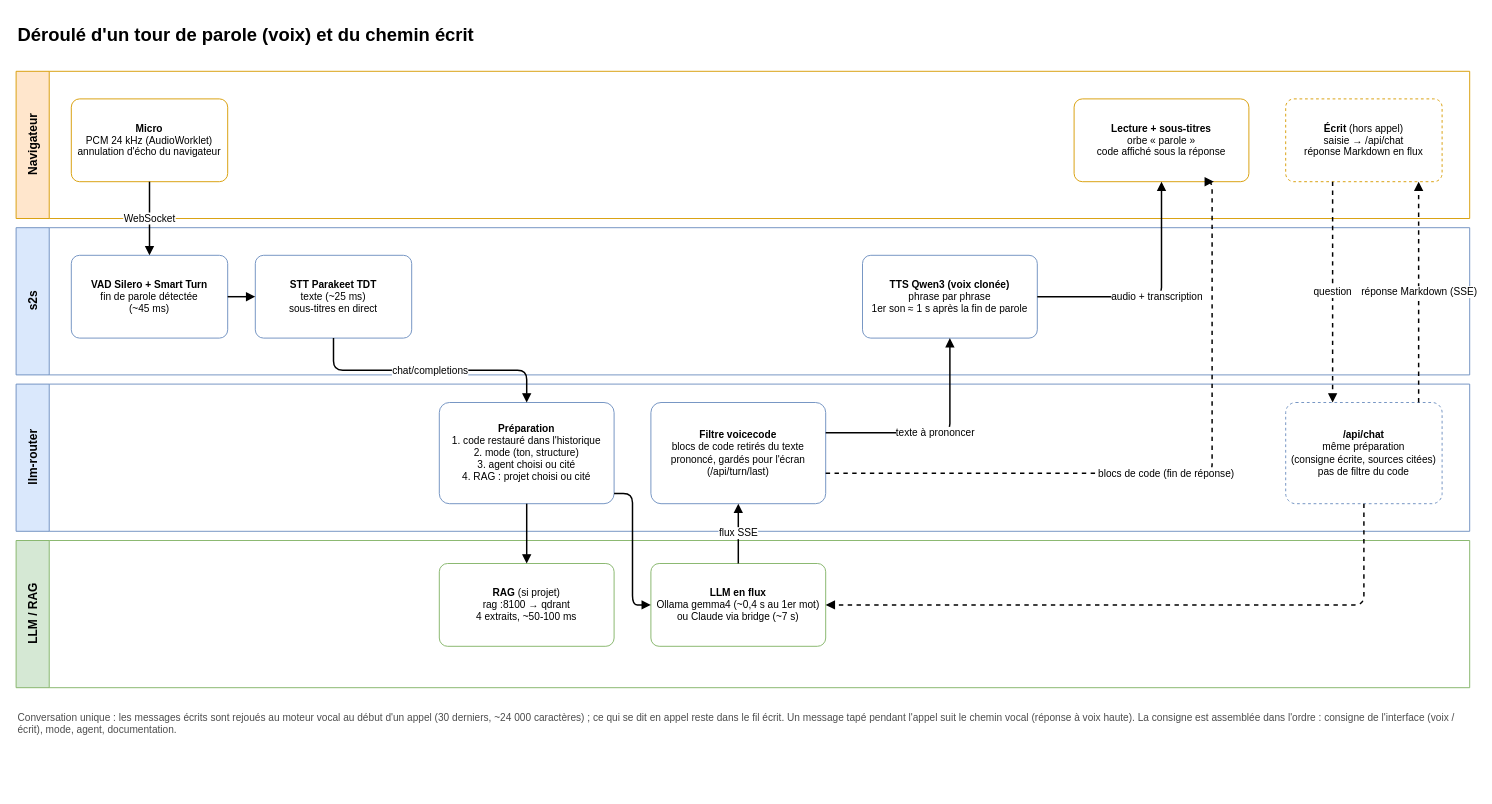
Before: page "Tour de parole et chemin écrit" (2 of 2) of docs/assets/antares-architecture.drawio in jprotin/antares_ai, a draw.io diagram. Source tidied: cells renumbered, new cells numbered last; positions are measured from the earlier drawing's top-left corner, leaving out a move shared by most shapes. Both pictures are drawn from the tidied source at 92%, with x=0, y=0 at pixel (16, 16).
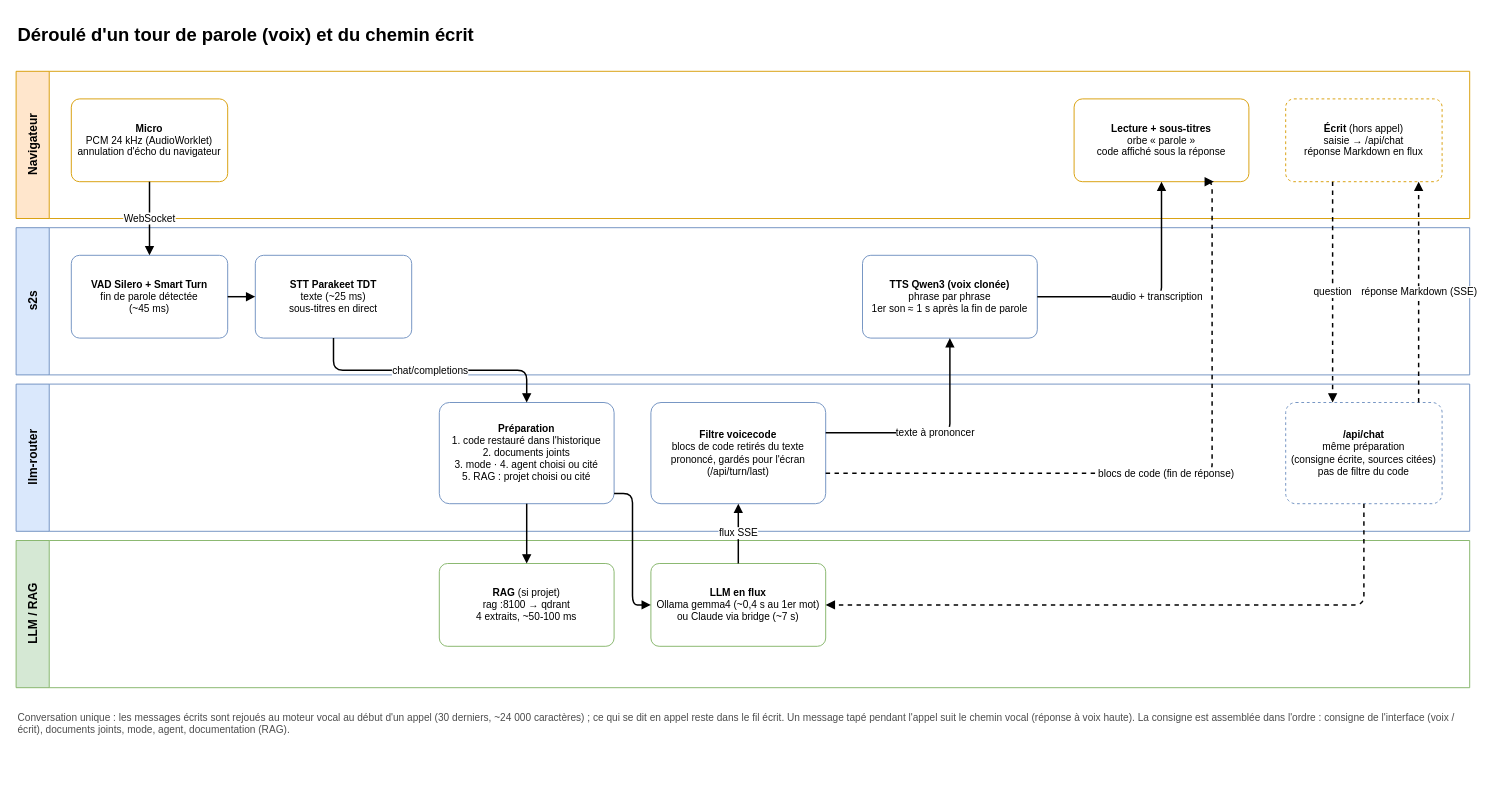
Above is the later version.

The edit, as a diff of the source:
```diff
@@
-    <mxCell id="10" value="&lt;b&gt;Préparation&lt;/b&gt;&lt;br&gt;1. code restauré dans l'historique&lt;br&gt;2. mode (ton, structure)&lt;br&gt;3. agent choisi ou cité&lt;br&gt;4. RAG : projet choisi ou cité" style="rounded=1;whiteSpace=wrap;html=1;fontSize=11;arcSize=10;fillColor=#FFFFFF;strokeColor=#6C8EBF;" parent="1" vertex="1">
+    <mxCell id="10" value="&lt;b&gt;Préparation&lt;/b&gt;&lt;br&gt;1. code restauré dans l'historique&lt;br&gt;2. documents joints&lt;br&gt;3. mode · 4. agent choisi ou cité&lt;br&gt;5. RAG : projet choisi ou cité" style="rounded=1;whiteSpace=wrap;html=1;fontSize=11;arcSize=10;fillColor=#FFFFFF;strokeColor=#6C8EBF;" parent="1" vertex="1">
       <mxGeometry x="460" y="420" width="190" height="110" as="geometry" />
     </mxCell>
@@
-    <mxCell id="30" value="Conversation unique : les messages écrits sont rejoués au moteur vocal au début d'un appel (30 derniers, ~24 000 caractères) ; ce qui se dit en appel reste dans le fil écrit. Un message tapé pendant l'appel suit le chemin vocal (réponse à voix haute). La consigne est assemblée dans l'ordre : consigne de l'interface (voix / écrit), mode, agent, documentation." style="text;html=1;align=left;verticalAlign=top;whiteSpace=wrap;fontSize=11;fontColor=#4D4D4D;" parent="1" vertex="1">
+    <mxCell id="30" value="Conversation unique : les messages écrits sont rejoués au moteur vocal au début d'un appel (30 derniers, ~24 000 caractères) ; ce qui se dit en appel reste dans le fil écrit. Un message tapé pendant l'appel suit le chemin vocal (réponse à voix haute). La consigne est assemblée dans l'ordre : consigne de l'interface (voix / écrit), documents joints, mode, agent, documentation (RAG)." style="text;html=1;align=left;verticalAlign=top;whiteSpace=wrap;fontSize=11;fontColor=#4D4D4D;" parent="1" vertex="1">
       <mxGeometry y="750" width="1580" height="90" as="geometry" />
     </mxCell>
```
